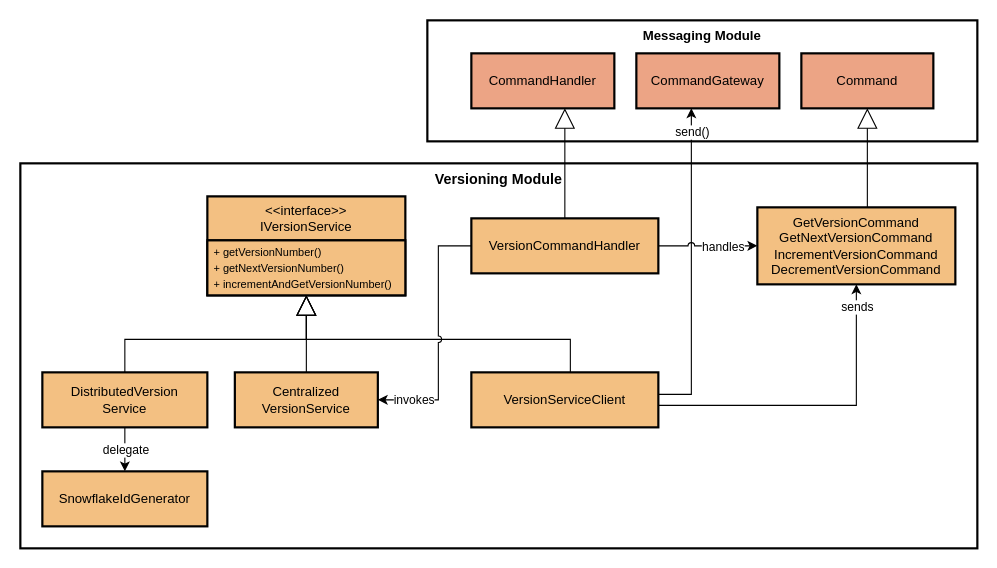
socialsoftware/microservices-simulator keeps this draw.io diagram as data/figs/architecture/layers/layers_version.drawio. Above is the earlier version. Source tidied: cells renumbered, new cells numbered last; positions are measured from the earlier drawing's top-left corner, leaving out a move shared by most shapes. Both pictures are drawn from the tidied source at 110%, with x=0, y=0 at pixel (20, 20).
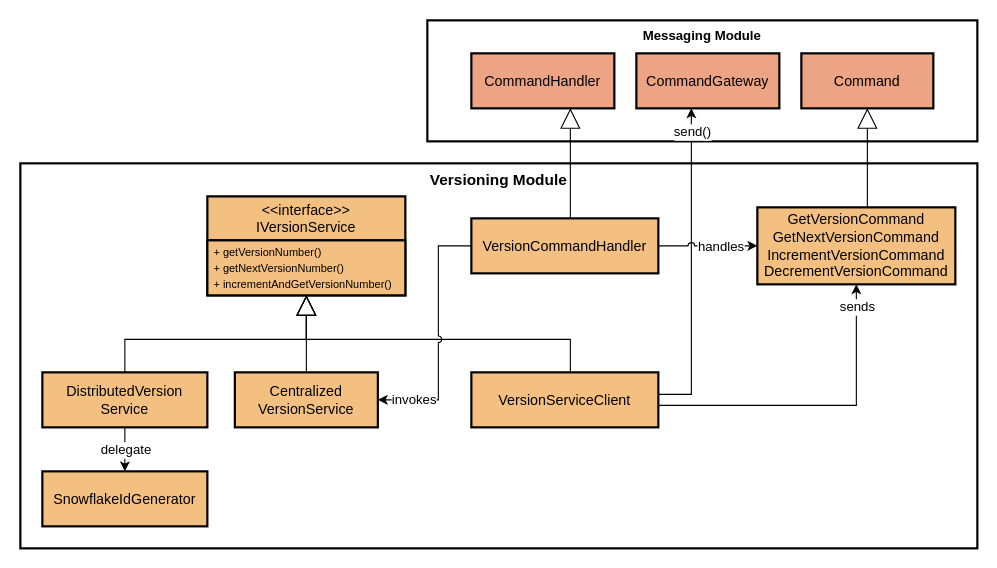
The same diagram, later.

Unchanged cells that the change refers to:
```xml
<mxCell id="6" style="edgeStyle=orthogonalEdgeStyle;rounded=0;jettySize=auto;html=1;strokeWidth=1;jumpStyle=arc;" parent="1" edge="1" source="10" target="25">
  <mxGeometry relative="1" as="geometry">
    <Array as="points">
      <mxPoint x="610" y="340" />
    </Array>
  </mxGeometry>
</mxCell>
<mxCell id="8" style="edgeStyle=orthogonalEdgeStyle;rounded=0;jettySize=auto;html=1;jumpStyle=arc;" parent="1" edge="1" source="10" target="17">
  <mxGeometry relative="1" as="geometry">
    <Array as="points">
      <mxPoint x="760" y="350" />
    </Array>
  </mxGeometry>
</mxCell>
<mxCell id="12" style="edgeStyle=orthogonalEdgeStyle;rounded=0;jettySize=auto;html=1;jumpStyle=arc;" parent="1" edge="1" source="15" target="17">
  <mxGeometry relative="1" as="geometry">
    <Array as="points">
      <mxPoint x="620" y="205" />
      <mxPoint x="620" y="205" />
    </Array>
  </mxGeometry>
</mxCell>
<mxCell id="21" style="startArrow=none;endArrow=classic;rounded=0;edgeStyle=orthogonalEdgeStyle;endFill=1;jumpStyle=arc;" parent="1" edge="1" source="5" target="11">
  <mxGeometry relative="1" as="geometry" />
</mxCell>
<mxCell id="23" style="startArrow=none;endArrow=classic;rounded=0;edgeStyle=orthogonalEdgeStyle;endFill=1;jumpStyle=arc;" parent="1" edge="1" source="15" target="4">
  <mxGeometry relative="1" as="geometry">
    <Array as="points">
      <mxPoint x="380" y="205" />
      <mxPoint x="380" y="345" />
    </Array>
  </mxGeometry>
</mxCell>
```

The edit, as a diff of the source:
```diff
@@
-    <mxCell id="2" value="Versioning Module" style="whiteSpace=wrap;strokeWidth=2;verticalAlign=top;fontSize=13;fontStyle=1;" parent="1" vertex="1">
+    <mxCell id="2" value="Versioning Module" style="whiteSpace=wrap;strokeWidth=2;verticalAlign=top;fontSize=14;fontStyle=1;" parent="1" vertex="1">
       <mxGeometry y="130" width="870" height="350" as="geometry" />
     </mxCell>
@@
-    <mxCell id="4" value="Centralized VersionService" style="whiteSpace=wrap;strokeWidth=2;fillColor=#F3C082;strokeColor=#000000;" parent="1" vertex="1">
+    <mxCell id="4" value="Centralized VersionService" style="whiteSpace=wrap;strokeWidth=2;fillColor=#F3C082;strokeColor=#000000;fontSize=13;" parent="1" vertex="1">
       <mxGeometry x="195" y="320" width="130" height="50" as="geometry" />
     </mxCell>
-    <mxCell id="5" value="DistributedVersion&#10;Service" style="whiteSpace=wrap;strokeWidth=2;fillColor=#F3C082;strokeColor=#000000;" parent="1" vertex="1">
+    <mxCell id="5" value="DistributedVersion&#10;Service" style="whiteSpace=wrap;strokeWidth=2;fillColor=#F3C082;strokeColor=#000000;fontSize=13;" parent="1" vertex="1">
       <mxGeometry x="20" y="320" width="150" height="50" as="geometry" />
     </mxCell>
@@
-    <mxCell id="7" value="&lt;div&gt;send()&lt;/div&gt;" style="edgeLabel;html=1;align=center;verticalAlign=middle;" parent="6" vertex="1">
+    <mxCell id="7" value="&lt;div&gt;send()&lt;/div&gt;" style="edgeLabel;html=1;align=center;verticalAlign=middle;fontSize=12;" parent="6" vertex="1">
       <mxGeometry x="-0.66" y="-2" relative="1" as="geometry">
         <mxPoint x="-2" y="-220" as="offset" />
       </mxGeometry>
     </mxCell>
@@
-    <mxCell id="9" value="sends" style="edgeLabel;html=1;align=center;verticalAlign=middle;" parent="8" vertex="1">
+    <mxCell id="9" value="sends" style="edgeLabel;html=1;align=center;verticalAlign=middle;fontSize=12;" parent="8" vertex="1">
       <mxGeometry relative="1" as="geometry">
         <mxPoint x="35" y="-90" as="offset" />
       </mxGeometry>
     </mxCell>
-    <mxCell id="10" value="VersionServiceClient" style="whiteSpace=wrap;strokeWidth=2;fillColor=#F3C082;strokeColor=#000000;" parent="1" vertex="1">
+    <mxCell id="10" value="VersionServiceClient" style="whiteSpace=wrap;strokeWidth=2;fillColor=#F3C082;strokeColor=#000000;fontSize=13;" parent="1" vertex="1">
       <mxGeometry x="410" y="320" width="170" height="50" as="geometry" />
     </mxCell>
-    <mxCell id="11" value="SnowflakeIdGenerator" style="whiteSpace=wrap;strokeWidth=2;fillColor=#F3C082;strokeColor=#000000;" parent="1" vertex="1">
+    <mxCell id="11" value="SnowflakeIdGenerator" style="whiteSpace=wrap;strokeWidth=2;fillColor=#F3C082;strokeColor=#000000;fontSize=13;" parent="1" vertex="1">
       <mxGeometry x="20" y="410" width="150" height="50" as="geometry" />
     </mxCell>
@@
-    <mxCell id="13" value="handles" style="edgeLabel;html=1;align=center;verticalAlign=middle;" parent="12" vertex="1">
+    <mxCell id="13" value="handles" style="edgeLabel;html=1;align=center;verticalAlign=middle;fontSize=12;" parent="12" vertex="1">
       <mxGeometry relative="1" as="geometry">
-        <mxPoint x="13" as="offset" />
+        <mxPoint x="11" as="offset" />
       </mxGeometry>
     </mxCell>
     <mxCell id="14" style="edgeStyle=orthogonalEdgeStyle;rounded=0;jettySize=auto;html=1;endArrow=block;endFill=0;endSize=16;" parent="1" edge="1" source="15" target="29">
       <mxGeometry relative="1" as="geometry">
         <Array as="points">
-          <mxPoint x="495" y="140" />
-          <mxPoint x="495" y="140" />
+          <mxPoint x="500" y="130" />
+          <mxPoint x="500" y="130" />
         </Array>
       </mxGeometry>
     </mxCell>
-    <mxCell id="15" value="VersionCommandHandler" style="whiteSpace=wrap;strokeWidth=2;fillColor=#F3C082;strokeColor=#000000;" parent="1" vertex="1">
+    <mxCell id="15" value="VersionCommandHandler" style="whiteSpace=wrap;strokeWidth=2;fillColor=#F3C082;strokeColor=#000000;fontSize=13;" parent="1" vertex="1">
       <mxGeometry x="410" y="180" width="170" height="50" as="geometry" />
     </mxCell>
@@
-    <mxCell id="17" value="GetVersionCommand&#10;GetNextVersionCommand&#10;IncrementVersionCommand&#10;DecrementVersionCommand" style="whiteSpace=wrap;strokeWidth=2;fillColor=#F3C082;strokeColor=#000000;" parent="1" vertex="1">
+    <mxCell id="17" value="GetVersionCommand&#10;GetNextVersionCommand&#10;IncrementVersionCommand&#10;DecrementVersionCommand" style="whiteSpace=wrap;strokeWidth=2;fillColor=#F3C082;strokeColor=#000000;fontSize=13;" parent="1" vertex="1">
       <mxGeometry x="670" y="170" width="180" height="70" as="geometry" />
     </mxCell>
@@
-    <mxCell id="22" value="delegate" style="edgeLabel;html=1;align=center;verticalAlign=middle;" parent="21" vertex="1">
+    <mxCell id="22" value="delegate" style="edgeLabel;html=1;align=center;verticalAlign=middle;fontSize=12;" parent="21" vertex="1">
       <mxGeometry x="0.33" relative="1" as="geometry">
         <mxPoint y="-7" as="offset" />
       </mxGeometry>
     </mxCell>
@@
-    <mxCell id="24" value="invokes" style="edgeLabel;html=1;align=center;verticalAlign=middle;" parent="23" vertex="1">
+    <mxCell id="24" value="invokes" style="edgeLabel;html=1;align=center;verticalAlign=middle;fontSize=12;" parent="23" vertex="1">
       <mxGeometry x="0.3" y="-2" relative="1" as="geometry">
         <mxPoint x="-21" y="23" as="offset" />
       </mxGeometry>
     </mxCell>
-    <mxCell id="25" value="CommandGateway" style="whiteSpace=wrap;strokeWidth=2;fillColor=#ECA485;strokeColor=#000000;" parent="1" vertex="1">
+    <mxCell id="25" value="CommandGateway" style="whiteSpace=wrap;strokeWidth=2;fillColor=#ECA485;strokeColor=#000000;fontSize=13;" parent="1" vertex="1">
       <mxGeometry x="560" y="30" width="130" height="50" as="geometry" />
     </mxCell>
-    <mxCell id="26" value="Command" style="whiteSpace=wrap;strokeWidth=2;fillColor=#ECA485;strokeColor=#000000;" parent="1" vertex="1">
+    <mxCell id="26" value="Command" style="whiteSpace=wrap;strokeWidth=2;fillColor=#ECA485;strokeColor=#000000;fontSize=13;" parent="1" vertex="1">
       <mxGeometry x="710" y="30" width="120" height="50" as="geometry" />
     </mxCell>
-    <mxCell id="27" value="&amp;lt;&amp;lt;interface&amp;gt;&amp;gt;&lt;br style=&quot;padding: 0px; margin: 0px;&quot;&gt;IVersionService" style="swimlane;fontStyle=0;horizontal=1;startSize=40;whiteSpace=wrap;html=1;strokeWidth=2;fillColor=#F3C082;strokeColor=#000000;" parent="1" vertex="1">
+    <mxCell id="27" value="&amp;lt;&amp;lt;interface&amp;gt;&amp;gt;&lt;br style=&quot;padding: 0px; margin: 0px;&quot;&gt;IVersionService" style="swimlane;fontStyle=0;horizontal=1;startSize=40;whiteSpace=wrap;html=1;strokeWidth=2;fillColor=#F3C082;strokeColor=#000000;fontSize=13;" parent="1" vertex="1">
       <mxGeometry x="170" y="160" width="180" height="90" as="geometry" />
     </mxCell>
@@
-    <mxCell id="29" value="CommandHandler" style="whiteSpace=wrap;strokeWidth=2;fillColor=#ECA485;strokeColor=#000000;" parent="1" vertex="1">
+    <mxCell id="29" value="CommandHandler" style="whiteSpace=wrap;strokeWidth=2;fillColor=#ECA485;strokeColor=#000000;fontSize=13;" parent="1" vertex="1">
       <mxGeometry x="410" y="30" width="130" height="50" as="geometry" />
     </mxCell>
```
